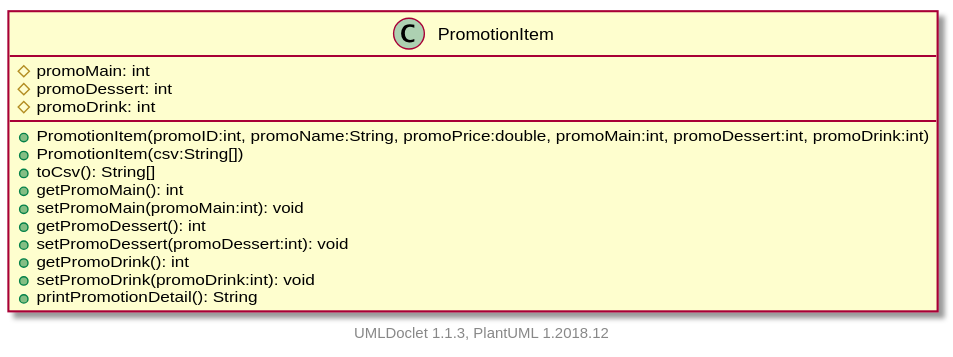
itachi1706/How-to-use-Git-NTUSCSE1819-Site keeps this PlantUML diagram as projects/oodp/html/umlversion/uml/sg.edu.ntu.scse.cz2002.objects.restaurantItem.PromotionItem.svg. Above is the earlier version. Its diagram source:
```plantuml
@startuml

    class PromotionItem [[../sg/edu/ntu/scse/cz2002/objects/restaurantItem/PromotionItem.html]] {
        #promoMain: int
        #promoDessert: int
        #promoDrink: int
        +PromotionItem(promoID:int, promoName:String, promoPrice:double, promoMain:int, promoDessert:int, promoDrink:int)
        +PromotionItem(csv:String[])
        +toCsv(): String[]
        +getPromoMain(): int
        +setPromoMain(promoMain:int): void
        +getPromoDessert(): int
        +setPromoDessert(promoDessert:int): void
        +getPromoDrink(): int
        +setPromoDrink(promoDrink:int): void
        +printPromotionDetail(): String
    }


    center footer UMLDoclet 1.1.3, PlantUML 1.2018.12
@enduml
```
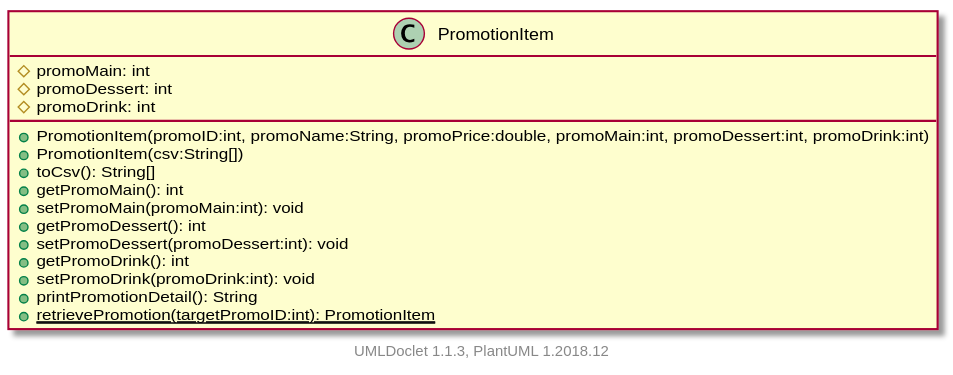
The same diagram one commit later.

What changed in the source:
```diff
@@ -14,6 +14,7 @@
         +getPromoDrink(): int
         +setPromoDrink(promoDrink:int): void
         +printPromotionDetail(): String
+        {static} +retrievePromotion(targetPromoID:int): PromotionItem
     }
 
 
```
